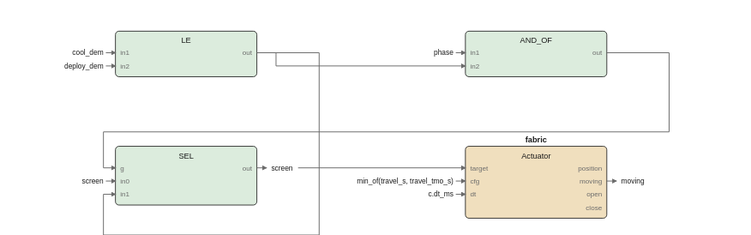
pstch/botanik2 keeps this draw.io diagram as images/logic/screen_fbd.drawio.svg. Above is the earlier version. Source tidied: cells renumbered, new cells last; positions are measured from the earlier drawing's top-left corner, leaving out a move shared by most shapes.
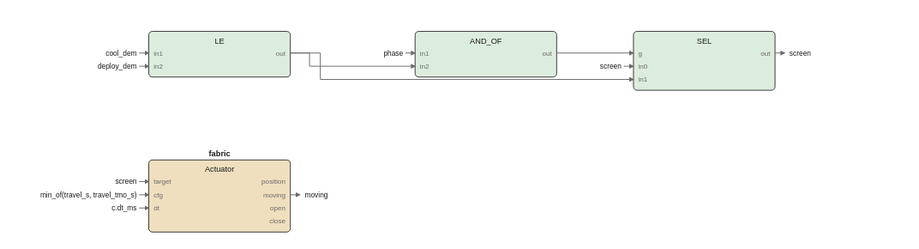
The same file after the commit.

The edit, as a diff of the source:
```diff
@@ -3,194 +3,189 @@
     <mxCell id="0" />
     <mxCell id="1" parent="0" />
     <mxCell id="2" style="rounded=1;fillColor=#dcecdd;strokeColor=#1a1a1a;whiteSpace=wrap;html=1;fontSize=8;" parent="1" vertex="1">
-      <mxGeometry x="10" width="118" height="38" as="geometry" />
+      <mxGeometry x="38" width="118" height="38" as="geometry" />
     </mxCell>
     <mxCell id="3" value="LE" style="text;html=1;fontSize=6;fontColor=#1a1a1a;align=center;" parent="1" vertex="1">
-      <mxGeometry x="69" y="3.4" width="40" height="10.6" as="geometry" />
+      <mxGeometry x="97" y="3.4" width="40" height="10.6" as="geometry" />
     </mxCell>
     <mxCell id="4" value="in1" style="text;html=1;fontSize=5;fontColor=#6b6b6b;align=left;" parent="1" vertex="1">
-      <mxGeometry x="14" y="14.2" width="40" height="9.8" as="geometry" />
+      <mxGeometry x="42" y="14.2" width="40" height="9.8" as="geometry" />
     </mxCell>
     <mxCell id="5" value="in2" style="text;html=1;fontSize=5;fontColor=#6b6b6b;align=left;" parent="1" vertex="1">
-      <mxGeometry x="14" y="25.2" width="40" height="9.8" as="geometry" />
+      <mxGeometry x="42" y="25.2" width="40" height="9.8" as="geometry" />
     </mxCell>
     <mxCell id="6" value="out" style="text;html=1;fontSize=5;fontColor=#6b6b6b;align=left;" parent="1" vertex="1">
-      <mxGeometry x="124" y="14.2" width="40" height="9.8" as="geometry" />
+      <mxGeometry x="152" y="14.2" width="40" height="9.8" as="geometry" />
     </mxCell>
     <mxCell id="7" style="rounded=1;fillColor=#dcecdd;strokeColor=#1a1a1a;whiteSpace=wrap;html=1;fontSize=8;" parent="1" vertex="1">
-      <mxGeometry x="302" width="118" height="38" as="geometry" />
+      <mxGeometry x="260" width="118" height="38" as="geometry" />
     </mxCell>
     <mxCell id="8" value="AND_OF" style="text;html=1;fontSize=6;fontColor=#1a1a1a;align=center;" parent="1" vertex="1">
-      <mxGeometry x="361" y="3.4" width="40" height="10.6" as="geometry" />
+      <mxGeometry x="319" y="3.4" width="40" height="10.6" as="geometry" />
     </mxCell>
     <mxCell id="9" value="in1" style="text;html=1;fontSize=5;fontColor=#6b6b6b;align=left;" parent="1" vertex="1">
-      <mxGeometry x="306" y="14.2" width="40" height="9.8" as="geometry" />
+      <mxGeometry x="264" y="14.2" width="40" height="9.8" as="geometry" />
     </mxCell>
     <mxCell id="10" value="in2" style="text;html=1;fontSize=5;fontColor=#6b6b6b;align=left;" parent="1" vertex="1">
-      <mxGeometry x="306" y="25.2" width="40" height="9.8" as="geometry" />
+      <mxGeometry x="264" y="25.2" width="40" height="9.8" as="geometry" />
     </mxCell>
     <mxCell id="11" value="out" style="text;html=1;fontSize=5;fontColor=#6b6b6b;align=left;" parent="1" vertex="1">
-      <mxGeometry x="416" y="14.2" width="40" height="9.8" as="geometry" />
+      <mxGeometry x="374" y="14.2" width="40" height="9.8" as="geometry" />
     </mxCell>
     <mxCell id="12" style="rounded=1;fillColor=#dcecdd;strokeColor=#1a1a1a;whiteSpace=wrap;html=1;fontSize=8;" parent="1" vertex="1">
-      <mxGeometry x="10" y="96" width="118" height="49" as="geometry" />
+      <mxGeometry x="442" width="118" height="49" as="geometry" />
     </mxCell>
     <mxCell id="13" value="SEL" style="text;html=1;fontSize=6;fontColor=#1a1a1a;align=center;" parent="1" vertex="1">
-      <mxGeometry x="69" y="99.4" width="40" height="10.6" as="geometry" />
+      <mxGeometry x="501" y="3.4" width="40" height="10.6" as="geometry" />
     </mxCell>
     <mxCell id="14" value="g" style="text;html=1;fontSize=5;fontColor=#6b6b6b;align=left;" parent="1" vertex="1">
-      <mxGeometry x="14" y="110.2" width="40" height="9.8" as="geometry" />
+      <mxGeometry x="446" y="14.2" width="40" height="9.8" as="geometry" />
     </mxCell>
     <mxCell id="15" value="in0" style="text;html=1;fontSize=5;fontColor=#6b6b6b;align=left;" parent="1" vertex="1">
-      <mxGeometry x="14" y="121.2" width="40" height="9.8" as="geometry" />
+      <mxGeometry x="446" y="25.2" width="40" height="9.8" as="geometry" />
     </mxCell>
     <mxCell id="16" value="in1" style="text;html=1;fontSize=5;fontColor=#6b6b6b;align=left;" parent="1" vertex="1">
-      <mxGeometry x="14" y="132.2" width="40" height="9.8" as="geometry" />
+      <mxGeometry x="446" y="36.2" width="40" height="9.8" as="geometry" />
     </mxCell>
     <mxCell id="17" value="out" style="text;html=1;fontSize=5;fontColor=#6b6b6b;align=left;" parent="1" vertex="1">
-      <mxGeometry x="124" y="110.2" width="40" height="9.8" as="geometry" />
+      <mxGeometry x="556" y="14.2" width="40" height="9.8" as="geometry" />
     </mxCell>
     <mxCell id="18" style="rounded=1;fillColor=#f0dfbe;strokeColor=#1a1a1a;whiteSpace=wrap;html=1;fontSize=8;" parent="1" vertex="1">
-      <mxGeometry x="302" y="96" width="118" height="60" as="geometry" />
+      <mxGeometry x="38" y="107" width="118" height="60" as="geometry" />
     </mxCell>
     <mxCell id="19" value="fabric" style="text;html=1;fontSize=6;fontColor=#1a1a1a;align=center;fontStyle=1;" parent="1" vertex="1">
-      <mxGeometry x="361" y="86.4" width="40" height="10.6" as="geometry" />
+      <mxGeometry x="97" y="97.4" width="40" height="10.6" as="geometry" />
     </mxCell>
     <mxCell id="20" value="Actuator" style="text;html=1;fontSize=6;fontColor=#1a1a1a;align=center;" parent="1" vertex="1">
-      <mxGeometry x="361" y="99.4" width="40" height="10.6" as="geometry" />
+      <mxGeometry x="97" y="110.4" width="40" height="10.6" as="geometry" />
     </mxCell>
     <mxCell id="21" value="target" style="text;html=1;fontSize=5;fontColor=#6b6b6b;align=left;" parent="1" vertex="1">
-      <mxGeometry x="306" y="110.2" width="40" height="9.8" as="geometry" />
+      <mxGeometry x="42" y="121.2" width="40" height="9.8" as="geometry" />
     </mxCell>
     <mxCell id="22" value="cfg" style="text;html=1;fontSize=5;fontColor=#6b6b6b;align=left;" parent="1" vertex="1">
-      <mxGeometry x="306" y="121.2" width="40" height="9.8" as="geometry" />
+      <mxGeometry x="42" y="132.2" width="40" height="9.8" as="geometry" />
     </mxCell>
     <mxCell id="23" value="dt" style="text;html=1;fontSize=5;fontColor=#6b6b6b;align=left;" parent="1" vertex="1">
-      <mxGeometry x="306" y="132.2" width="40" height="9.8" as="geometry" />
+      <mxGeometry x="42" y="143.2" width="40" height="9.8" as="geometry" />
     </mxCell>
     <mxCell id="24" value="position" style="text;html=1;fontSize=5;fontColor=#6b6b6b;align=left;" parent="1" vertex="1">
-      <mxGeometry x="416" y="110.2" width="40" height="9.8" as="geometry" />
+      <mxGeometry x="152" y="121.2" width="40" height="9.8" as="geometry" />
     </mxCell>
     <mxCell id="25" value="moving" style="text;html=1;fontSize=5;fontColor=#6b6b6b;align=left;" parent="1" vertex="1">
-      <mxGeometry x="416" y="121.2" width="40" height="9.8" as="geometry" />
+      <mxGeometry x="152" y="132.2" width="40" height="9.8" as="geometry" />
     </mxCell>
     <mxCell id="26" value="open" style="text;html=1;fontSize=5;fontColor=#6b6b6b;align=left;" parent="1" vertex="1">
-      <mxGeometry x="416" y="132.2" width="40" height="9.8" as="geometry" />
+      <mxGeometry x="152" y="143.2" width="40" height="9.8" as="geometry" />
     </mxCell>
     <mxCell id="27" value="close" style="text;html=1;fontSize=5;fontColor=#6b6b6b;align=left;" parent="1" vertex="1">
-      <mxGeometry x="416" y="143.2" width="40" height="9.8" as="geometry" />
+      <mxGeometry x="152" y="154.2" width="40" height="9.8" as="geometry" />
     </mxCell>
     <mxCell id="28" style="edgeStyle=none;html=1;strokeColor=#6b6b6b;endArrow=block;" parent="1" edge="1">
       <mxGeometry relative="1" as="geometry">
-        <mxPoint x="128" y="114" as="sourcePoint" />
-        <mxPoint x="136" y="114" as="targetPoint" />
+        <mxPoint x="560" y="18" as="sourcePoint" />
+        <mxPoint x="568" y="18" as="targetPoint" />
       </mxGeometry>
     </mxCell>
     <mxCell id="29" value="screen" style="text;html=1;fontSize=6;fontColor=#1a1a1a;align=left;" parent="1" vertex="1">
-      <mxGeometry x="140" y="110" width="40" height="10" as="geometry" />
+      <mxGeometry x="572" y="14" width="40" height="10" as="geometry" />
     </mxCell>
     <mxCell id="30" style="edgeStyle=none;html=1;strokeColor=#6b6b6b;endArrow=block;" parent="1" edge="1">
       <mxGeometry relative="1" as="geometry">
-        <mxPoint x="420" y="125" as="sourcePoint" />
-        <mxPoint x="428" y="125" as="targetPoint" />
+        <mxPoint x="156" y="136" as="sourcePoint" />
+        <mxPoint x="164" y="136" as="targetPoint" />
       </mxGeometry>
     </mxCell>
     <mxCell id="31" value="moving" style="text;html=1;fontSize=6;fontColor=#1a1a1a;align=left;" parent="1" vertex="1">
-      <mxGeometry x="432" y="121" width="40" height="10" as="geometry" />
+      <mxGeometry x="168" y="132" width="40" height="10" as="geometry" />
     </mxCell>
     <mxCell id="32" style="edgeStyle=none;html=1;strokeColor=#6b6b6b;endArrow=block;" parent="1" edge="1">
       <mxGeometry relative="1" as="geometry">
-        <mxPoint x="128" y="18" as="sourcePoint" />
-        <mxPoint x="302" y="29" as="targetPoint" />
+        <mxPoint x="156" y="18" as="sourcePoint" />
+        <mxPoint x="260" y="29" as="targetPoint" />
         <Array as="points">
-          <mxPoint x="144" y="18" />
-          <mxPoint x="144" y="29" />
+          <mxPoint x="172" y="18" />
+          <mxPoint x="172" y="29" />
         </Array>
       </mxGeometry>
     </mxCell>
     <mxCell id="33" style="edgeStyle=none;html=1;strokeColor=#6b6b6b;endArrow=block;" parent="1" edge="1">
       <mxGeometry relative="1" as="geometry">
-        <mxPoint x="420" y="18" as="sourcePoint" />
-        <mxPoint x="10" y="114" as="targetPoint" />
-        <Array as="points">
-          <mxPoint x="472" y="18" />
-          <mxPoint x="472" y="84" />
-          <mxPoint y="84" />
-          <mxPoint y="114" />
-        </Array>
+        <mxPoint x="378" y="18" as="sourcePoint" />
+        <mxPoint x="442" y="18" as="targetPoint" />
       </mxGeometry>
     </mxCell>
     <mxCell id="34" style="edgeStyle=none;html=1;strokeColor=#6b6b6b;endArrow=block;" parent="1" edge="1">
       <mxGeometry relative="1" as="geometry">
-        <mxPoint x="128" y="18" as="sourcePoint" />
-        <mxPoint x="10" y="136" as="targetPoint" />
+        <mxPoint x="156" y="18" as="sourcePoint" />
+        <mxPoint x="442" y="40" as="targetPoint" />
         <Array as="points">
-          <mxPoint x="180" y="18" />
-          <mxPoint x="180" y="170" />
-          <mxPoint y="170" />
-          <mxPoint y="136" />
+          <mxPoint x="181" y="18" />
+          <mxPoint x="181" y="40" />
         </Array>
       </mxGeometry>
     </mxCell>
-    <mxCell id="35" style="edgeStyle=none;html=1;strokeColor=#6b6b6b;endArrow=block;" parent="1" edge="1">
-      <mxGeometry relative="1" as="geometry">
-        <mxPoint x="162.4" y="114" as="sourcePoint" />
-        <mxPoint x="302" y="114" as="targetPoint" />
-      </mxGeometry>
-    </mxCell>
     <mxCell id="36" value="cool_dem" style="text;html=1;fontSize=6;fontColor=#1a1a1a;align=left;" parent="1" vertex="1">
-      <mxGeometry y="14" width="40" height="10" as="geometry" />
+      <mxGeometry x="28" y="14" width="40" height="10" as="geometry" />
     </mxCell>
-    <mxCell id="37" style="edgeStyle=none;html=1;strokeColor=#6b6b6b;endArrow=block;" parent="1" edge="1">
-      <mxGeometry relative="1" as="geometry">
-        <mxPoint x="2" y="18" as="sourcePoint" />
-        <mxPoint x="10" y="18" as="targetPoint" />
-      </mxGeometry>
-    </mxCell>
+    <mxCell id="48" style="edgeStyle=none;html=1;strokeColor=#6b6b6b;endArrow=block;" parent="1" edge="1">
+      <mxGeometry relative="1" as="geometry">
+        <mxPoint x="30" y="18" as="sourcePoint" />
+        <mxPoint x="38" y="18" as="targetPoint" />
+      </mxGeometry>
+    </mxCell>
     <mxCell id="38" value="deploy_dem" style="text;html=1;fontSize=6;fontColor=#1a1a1a;align=left;" parent="1" vertex="1">
-      <mxGeometry y="25" width="50" height="10" as="geometry" />
+      <mxGeometry x="28" y="25" width="50" height="10" as="geometry" />
     </mxCell>
-    <mxCell id="39" style="edgeStyle=none;html=1;strokeColor=#6b6b6b;endArrow=block;" parent="1" edge="1">
-      <mxGeometry relative="1" as="geometry">
-        <mxPoint x="2" y="29" as="sourcePoint" />
-        <mxPoint x="10" y="29" as="targetPoint" />
-      </mxGeometry>
-    </mxCell>
+    <mxCell id="49" style="edgeStyle=none;html=1;strokeColor=#6b6b6b;endArrow=block;" parent="1" edge="1">
+      <mxGeometry relative="1" as="geometry">
+        <mxPoint x="30" y="29" as="sourcePoint" />
+        <mxPoint x="38" y="29" as="targetPoint" />
+      </mxGeometry>
+    </mxCell>
     <mxCell id="40" value="phase" style="text;html=1;fontSize=6;fontColor=#1a1a1a;align=left;" parent="1" vertex="1">
-      <mxGeometry x="292" y="14" width="40" height="10" as="geometry" />
+      <mxGeometry x="250" y="14" width="40" height="10" as="geometry" />
     </mxCell>
-    <mxCell id="41" style="edgeStyle=none;html=1;strokeColor=#6b6b6b;endArrow=block;" parent="1" edge="1">
-      <mxGeometry relative="1" as="geometry">
-        <mxPoint x="294" y="18" as="sourcePoint" />
-        <mxPoint x="302" y="18" as="targetPoint" />
-      </mxGeometry>
-    </mxCell>
-    <mxCell id="42" value="screen" style="text;html=1;fontSize=6;fontColor=#1a1a1a;align=left;" parent="1" vertex="1">
-      <mxGeometry y="121" width="40" height="10" as="geometry" />
-    </mxCell>
-    <mxCell id="43" style="edgeStyle=none;html=1;strokeColor=#6b6b6b;endArrow=block;" parent="1" edge="1">
-      <mxGeometry relative="1" as="geometry">
-        <mxPoint x="2" y="125" as="sourcePoint" />
-        <mxPoint x="10" y="125" as="targetPoint" />
-      </mxGeometry>
-    </mxCell>
+    <mxCell id="50" style="edgeStyle=none;html=1;strokeColor=#6b6b6b;endArrow=block;" parent="1" edge="1">
+      <mxGeometry relative="1" as="geometry">
+        <mxPoint x="252" y="18" as="sourcePoint" />
+        <mxPoint x="260" y="18" as="targetPoint" />
+      </mxGeometry>
+    </mxCell>
+    <mxCell id="51" value="screen" style="text;html=1;fontSize=6;fontColor=#1a1a1a;align=left;" parent="1" vertex="1">
+      <mxGeometry x="432" y="25" width="40" height="10" as="geometry" />
+    </mxCell>
+    <mxCell id="52" style="edgeStyle=none;html=1;strokeColor=#6b6b6b;endArrow=block;" parent="1" edge="1">
+      <mxGeometry relative="1" as="geometry">
+        <mxPoint x="434" y="29" as="sourcePoint" />
+        <mxPoint x="442" y="29" as="targetPoint" />
+      </mxGeometry>
+    </mxCell>
+    <mxCell id="53" value="screen" style="text;html=1;fontSize=6;fontColor=#1a1a1a;align=left;" parent="1" vertex="1">
+      <mxGeometry x="28" y="121" width="40" height="10" as="geometry" />
+    </mxCell>
+    <mxCell id="54" style="edgeStyle=none;html=1;strokeColor=#6b6b6b;endArrow=block;" parent="1" edge="1">
+      <mxGeometry relative="1" as="geometry">
+        <mxPoint x="30" y="125" as="sourcePoint" />
+        <mxPoint x="38" y="125" as="targetPoint" />
+      </mxGeometry>
+    </mxCell>
     <mxCell id="44" value="min_of(travel_s, travel_tmo_s)" style="text;html=1;fontSize=6;fontColor=#1a1a1a;align=left;" parent="1" vertex="1">
-      <mxGeometry x="292" y="121" width="150" height="10" as="geometry" />
+      <mxGeometry x="28" y="132" width="150" height="10" as="geometry" />
     </mxCell>
-    <mxCell id="45" style="edgeStyle=none;html=1;strokeColor=#6b6b6b;endArrow=block;" parent="1" edge="1">
-      <mxGeometry relative="1" as="geometry">
-        <mxPoint x="294" y="125" as="sourcePoint" />
-        <mxPoint x="302" y="125" as="targetPoint" />
-      </mxGeometry>
-    </mxCell>
+    <mxCell id="55" style="edgeStyle=none;html=1;strokeColor=#6b6b6b;endArrow=block;" parent="1" edge="1">
+      <mxGeometry relative="1" as="geometry">
+        <mxPoint x="30" y="136" as="sourcePoint" />
+        <mxPoint x="38" y="136" as="targetPoint" />
+      </mxGeometry>
+    </mxCell>
     <mxCell id="46" value="c.dt_ms" style="text;html=1;fontSize=6;fontColor=#1a1a1a;align=left;" parent="1" vertex="1">
-      <mxGeometry x="292" y="132" width="40" height="10" as="geometry" />
+      <mxGeometry x="28" y="143" width="40" height="10" as="geometry" />
     </mxCell>
-    <mxCell id="47" style="edgeStyle=none;html=1;strokeColor=#6b6b6b;endArrow=block;" parent="1" edge="1">
-      <mxGeometry relative="1" as="geometry">
-        <mxPoint x="294" y="136" as="sourcePoint" />
-        <mxPoint x="302" y="136" as="targetPoint" />
-      </mxGeometry>
-    </mxCell>
+    <mxCell id="56" style="edgeStyle=none;html=1;strokeColor=#6b6b6b;endArrow=block;" parent="1" edge="1">
+      <mxGeometry relative="1" as="geometry">
+        <mxPoint x="30" y="147" as="sourcePoint" />
+        <mxPoint x="38" y="147" as="targetPoint" />
+      </mxGeometry>
+    </mxCell>
   </root>
 </mxGraphModel>
```
